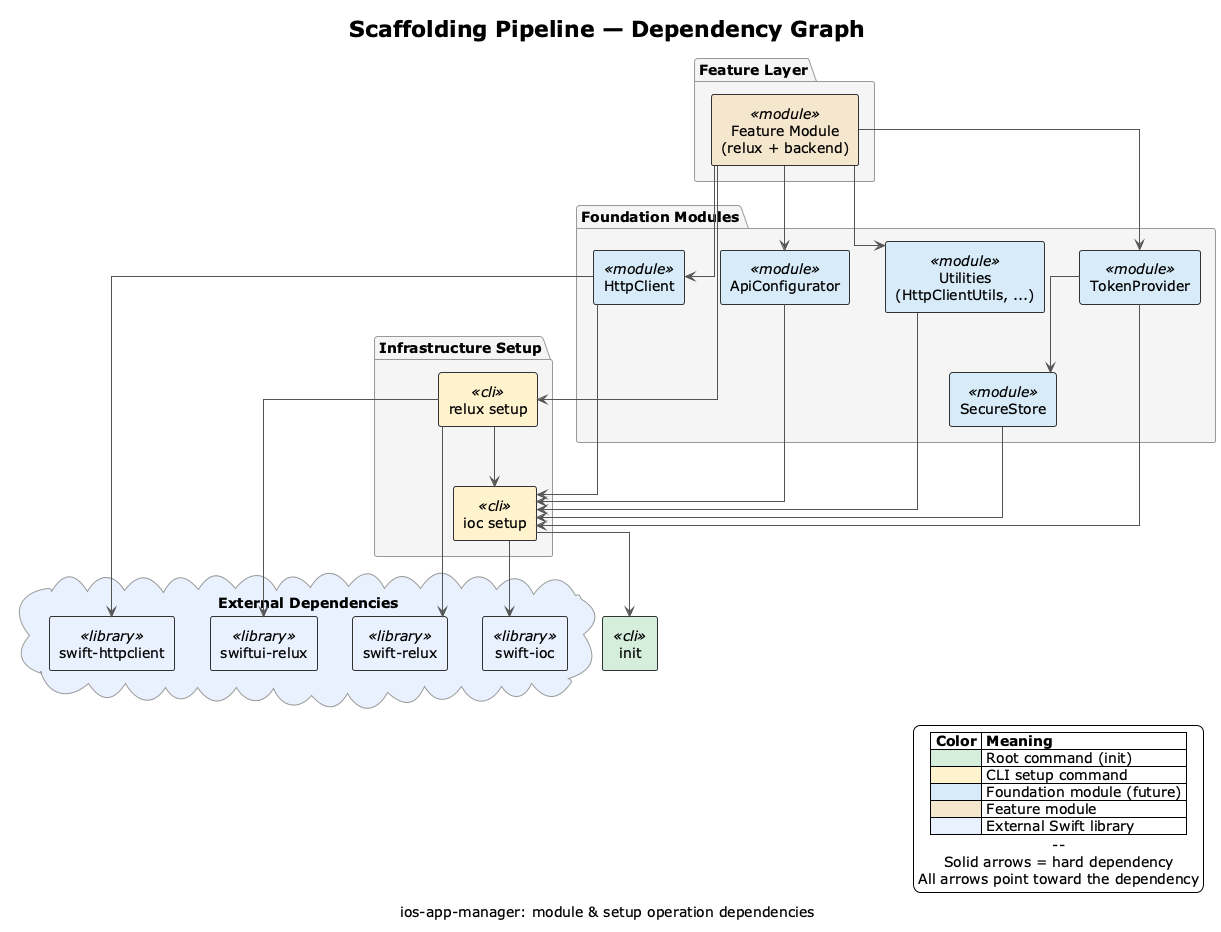
relux-works/skill-ios-app-manager keeps this PlantUML diagram as diagrams/scaffolding-pipeline.png. Above is the earlier version. Source of this version:
```plantuml
@startuml scaffolding-pipeline
!theme plain

title Scaffolding Pipeline — Dependency Graph
caption ios-app-manager: module & setup operation dependencies

skinparam componentStyle rectangle
skinparam defaultTextAlignment center
skinparam linetype ortho

skinparam component {
  BackgroundColor #FAFAFA
  BorderColor #333333
  ArrowColor #555555
}

skinparam package {
  BackgroundColor #F5F5F5
  BorderColor #999999
}

cloud "External Dependencies" as ExtDeps #E8F0FE {
  [swift-ioc] as SwiftIoC <<library>> #E8F0FE
  [swift-relux] as SwiftRelux <<library>> #E8F0FE
  [swiftui-relux] as SwiftUIRelux <<library>> #E8F0FE
  [swift-httpclient] as SwiftHTTP <<library>> #E8F0FE
}

[init] as Init <<cli>> #D4EDDA

package "Infrastructure Setup" as InfraSetup {
  [ioc setup] as IoCSetup <<cli>> #FFF3CD
  [relux setup] as ReluxSetup <<cli>> #FFF3CD
}

package "Foundation Modules" as FoundationMods {
  [SecureStore] as SecureStore <<module>> #D6EAF8
  [TokenProvider] as TokenProvider <<module>> #D6EAF8
  [ApiConfigurator] as ApiConfigurator <<module>> #D6EAF8
  [HttpClient] as HttpClient <<module>> #D6EAF8
  [Utilities\n(HttpClientUtils, ...)] as Utilities <<module>> #D6EAF8
}

package "Feature Layer" as FeatureLayer {
  [Feature Module\n(relux + backend)] as FeatureModule <<module>> #F5E6CC
}


IoCSetup --> Init

IoCSetup --> SwiftIoC

ReluxSetup --> IoCSetup
ReluxSetup --> SwiftRelux
ReluxSetup --> SwiftUIRelux

SecureStore --> IoCSetup

TokenProvider --> IoCSetup
TokenProvider --> SecureStore

ApiConfigurator --> IoCSetup

HttpClient --> SwiftHTTP
HttpClient --> IoCSetup

Utilities --> IoCSetup

FeatureModule --> ReluxSetup
FeatureModule --> HttpClient
FeatureModule --> TokenProvider
FeatureModule --> ApiConfigurator
FeatureModule --> Utilities

legend right
  |= Color |= Meaning |
  | <#D4EDDA> | Root command (init) |
  | <#FFF3CD> | CLI setup command |
  | <#D6EAF8> | Foundation module (future) |
  | <#F5E6CC> | Feature module |
  | <#E8F0FE> | External Swift library |
  --
  Solid arrows = hard dependency
  All arrows point toward the dependency
endlegend

@enduml
```
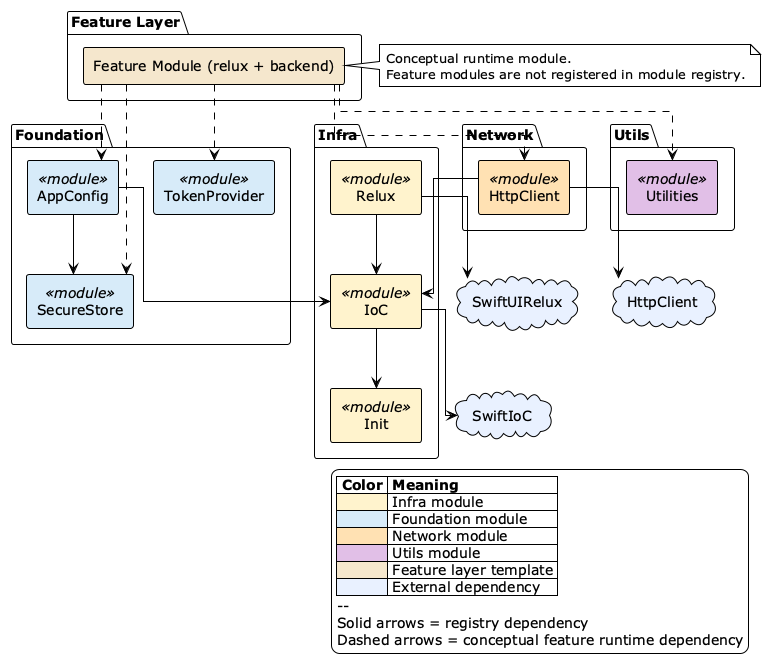
The same diagram one commit later.

The edit, as a diff of the source:
```diff
@@ -1,87 +1,69 @@
 @startuml scaffolding-pipeline
 !theme plain
 
-title Scaffolding Pipeline — Dependency Graph
-caption ios-app-manager: module & setup operation dependencies
+skinparam linetype ortho
+skinparam componentStyle rectangle
 
-skinparam componentStyle rectangle
-skinparam defaultTextAlignment center
-skinparam linetype ortho
+cloud "HttpClient" as ext_httpclient #E8F0FE
+cloud "SwiftIoC" as ext_swiftioc #E8F0FE
+cloud "SwiftUIRelux" as ext_swiftuirelux #E8F0FE
 
-skinparam component {
-  BackgroundColor #FAFAFA
-  BorderColor #333333
-  ArrowColor #555555
+package "Infra" {
+  component "Init" as mod_init <<module>> #FFF3CD
+  component "IoC" as mod_ioc <<module>> #FFF3CD
+  component "Relux" as mod_relux <<module>> #FFF3CD
 }
 
-skinparam package {
-  BackgroundColor #F5F5F5
-  BorderColor #999999
+package "Foundation" {
+  component "AppConfig" as mod_app_config <<module>> #D6EAF8
+  component "SecureStore" as mod_secure_store <<module>> #D6EAF8
+  component "TokenProvider" as mod_token_provider <<module>> #D6EAF8
 }
 
-cloud "External Dependencies" as ExtDeps #E8F0FE {
-  [swift-ioc] as SwiftIoC <<library>> #E8F0FE
-  [swift-relux] as SwiftRelux <<library>> #E8F0FE
-  [swiftui-relux] as SwiftUIRelux <<library>> #E8F0FE
-  [swift-httpclient] as SwiftHTTP <<library>> #E8F0FE
+package "Network" {
+  component "HttpClient" as mod_http_client <<module>> #FFE0B2
 }
 
-[init] as Init <<cli>> #D4EDDA
-
-package "Infrastructure Setup" as InfraSetup {
-  [ioc setup] as IoCSetup <<cli>> #FFF3CD
-  [relux setup] as ReluxSetup <<cli>> #FFF3CD
+package "Utils" {
+  component "Utilities" as mod_utilities <<module>> #E1BEE7
 }
 
-package "Foundation Modules" as FoundationMods {
-  [SecureStore] as SecureStore <<module>> #D6EAF8
-  [TokenProvider] as TokenProvider <<module>> #D6EAF8
-  [ApiConfigurator] as ApiConfigurator <<module>> #D6EAF8
-  [HttpClient] as HttpClient <<module>> #D6EAF8
-  [Utilities\n(HttpClientUtils, ...)] as Utilities <<module>> #D6EAF8
+package "Feature Layer" {
+  [Feature Module (relux + backend)] as FeatureModule #F5E6CC
 }
 
-package "Feature Layer" as FeatureLayer {
-  [Feature Module\n(relux + backend)] as FeatureModule <<module>> #F5E6CC
-}
+note right of FeatureModule
+  Conceptual runtime module.
+  Feature modules are not registered in module registry.
+end note
 
+FeatureModule ..> mod_app_config
+FeatureModule ..> mod_secure_store
+FeatureModule ..> mod_token_provider
+FeatureModule ..> mod_http_client
+FeatureModule ..> mod_utilities
 
-IoCSetup --> Init
+mod_ioc --> mod_init
+mod_relux --> mod_ioc
+mod_app_config --> mod_ioc
+mod_app_config --> mod_secure_store
+mod_http_client --> mod_ioc
 
-IoCSetup --> SwiftIoC
-
-ReluxSetup --> IoCSetup
-ReluxSetup --> SwiftRelux
-ReluxSetup --> SwiftUIRelux
-
-SecureStore --> IoCSetup
-
-TokenProvider --> IoCSetup
-TokenProvider --> SecureStore
-
-ApiConfigurator --> IoCSetup
-
-HttpClient --> SwiftHTTP
-HttpClient --> IoCSetup
-
-Utilities --> IoCSetup
-
-FeatureModule --> ReluxSetup
-FeatureModule --> HttpClient
-FeatureModule --> TokenProvider
-FeatureModule --> ApiConfigurator
-FeatureModule --> Utilities
+mod_ioc --> ext_swiftioc
+mod_relux --> ext_swiftuirelux
+mod_http_client --> ext_httpclient
 
 legend right
   |= Color |= Meaning |
-  | <#D4EDDA> | Root command (init) |
-  | <#FFF3CD> | CLI setup command |
-  | <#D6EAF8> | Foundation module (future) |
-  | <#F5E6CC> | Feature module |
-  | <#E8F0FE> | External Swift library |
+  | <#FFF3CD> | Infra module |
+  | <#D6EAF8> | Foundation module |
+  | <#FFE0B2> | Network module |
+  | <#E1BEE7> | Utils module |
+  | <#F5E6CC> | Feature layer template |
+  | <#E8F0FE> | External dependency |
   --
-  Solid arrows = hard dependency
-  All arrows point toward the dependency
+  Solid arrows = registry dependency
+  Dashed arrows = conceptual feature runtime dependency
 endlegend
 
 @enduml
```
